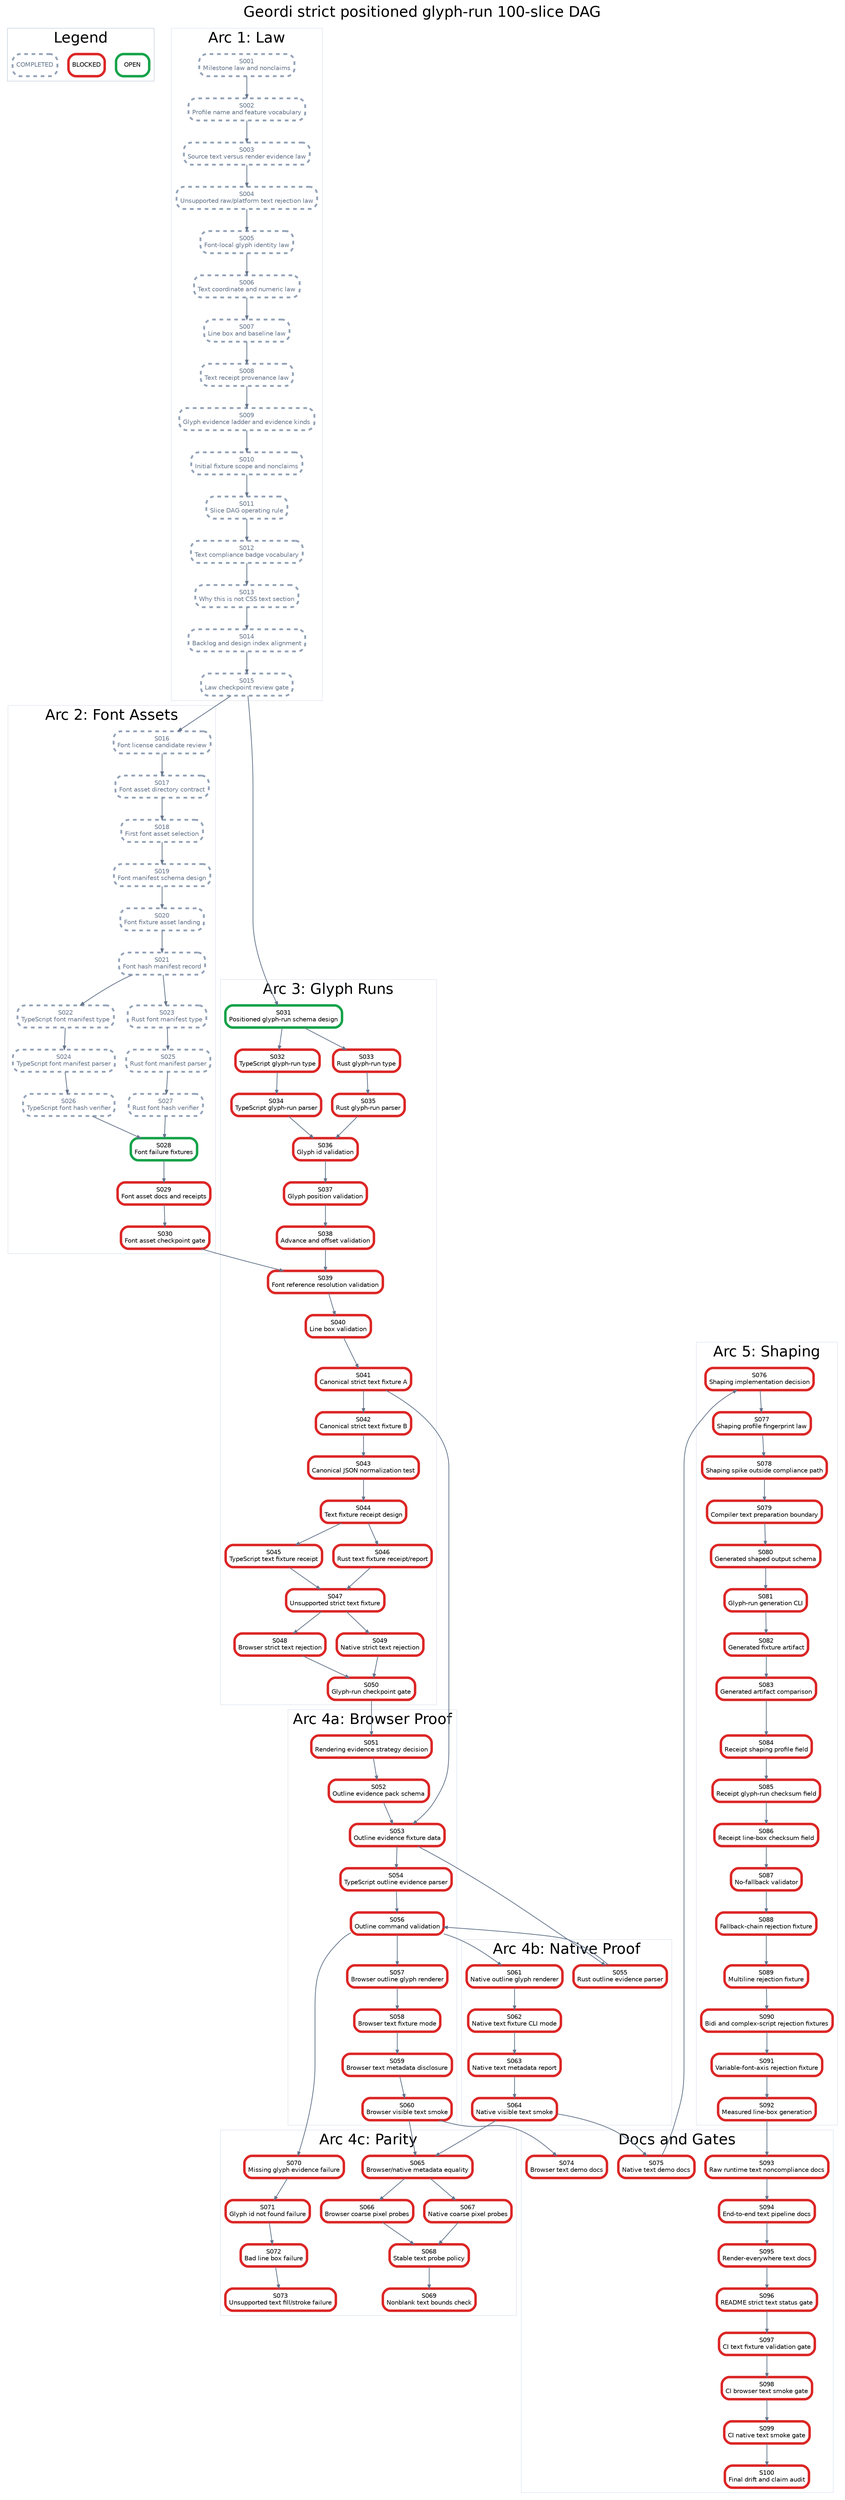
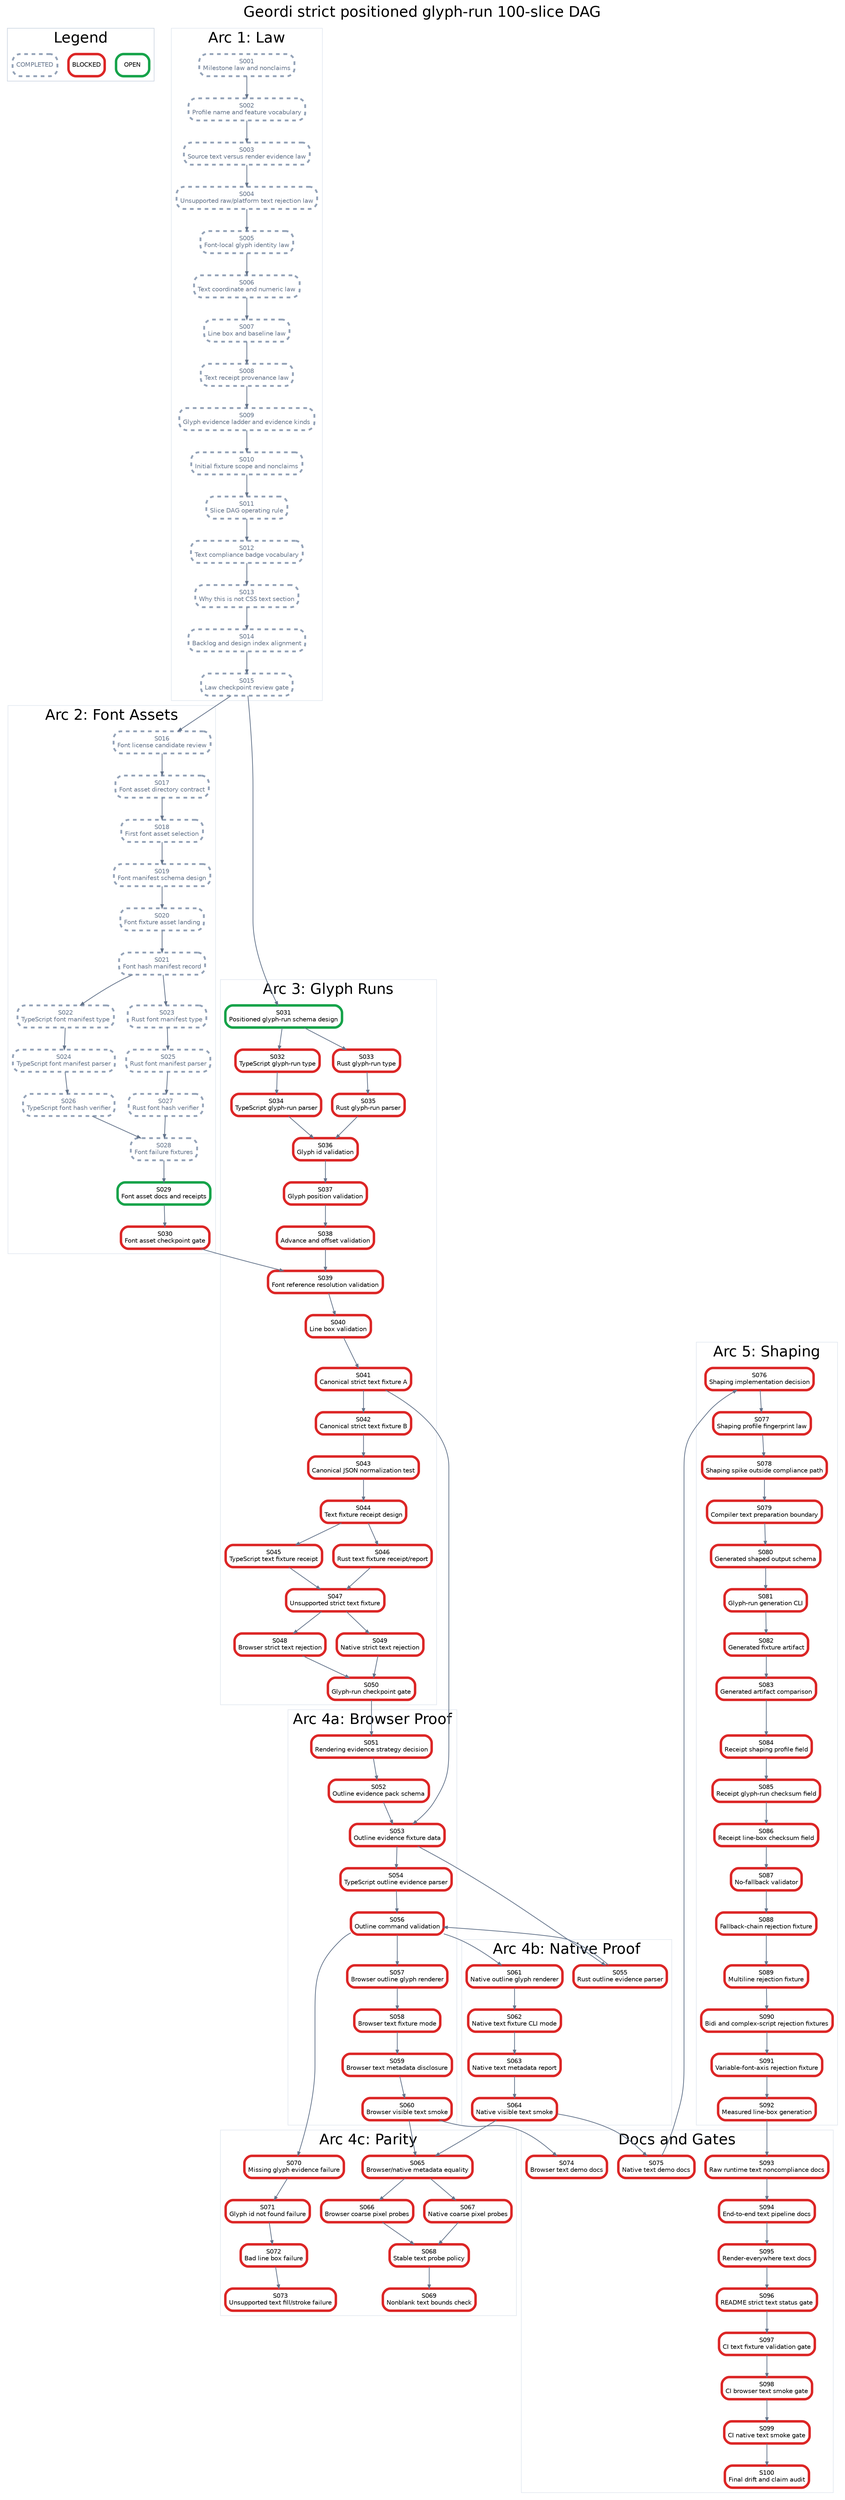
digraph StrictPositionedGlyphRunPlan {
  graph [rankdir=TB, bgcolor="white", fontname="Helvetica", label="Geordi strict positioned glyph-run 100-slice DAG", labelloc="t", fontsize=24];
  node [shape=box, style="rounded,filled", fillcolor="white", fontname="Helvetica", fontsize=10, margin="0.08,0.05"];
  edge [color="#64748b", arrowsize=0.6, penwidth=1.2];

  subgraph cluster_legend {
    label="Legend";
    color="#cbd5e1";
    legend_open [label="OPEN", color="#16a34a", penwidth=4];
    legend_blocked [label="BLOCKED", color="#dc2626", penwidth=4];
    legend_done [label="COMPLETED", color="#94a3b8", penwidth=3, style="rounded,filled,dashed", fontcolor="#64748b"];
  }

  subgraph cluster_law {
    label="Arc 1: Law";
    color="#e2e8f0";
    S001 [label="S001\nMilestone law and nonclaims", color="#94a3b8", penwidth=3, style="rounded,filled,dashed", fontcolor="#64748b"];
    S002 [label="S002\nProfile name and feature vocabulary", color="#94a3b8", penwidth=3, style="rounded,filled,dashed", fontcolor="#64748b"];
    S003 [label="S003\nSource text versus render evidence law", color="#94a3b8", penwidth=3, style="rounded,filled,dashed", fontcolor="#64748b"];
    S004 [label="S004\nUnsupported raw/platform text rejection law", color="#94a3b8", penwidth=3, style="rounded,filled,dashed", fontcolor="#64748b"];
    S005 [label="S005\nFont-local glyph identity law", color="#94a3b8", penwidth=3, style="rounded,filled,dashed", fontcolor="#64748b"];
    S006 [label="S006\nText coordinate and numeric law", color="#94a3b8", penwidth=3, style="rounded,filled,dashed", fontcolor="#64748b"];
    S007 [label="S007\nLine box and baseline law", color="#94a3b8", penwidth=3, style="rounded,filled,dashed", fontcolor="#64748b"];
    S008 [label="S008\nText receipt provenance law", color="#94a3b8", penwidth=3, style="rounded,filled,dashed", fontcolor="#64748b"];
    S009 [label="S009\nGlyph evidence ladder and evidence kinds", color="#94a3b8", penwidth=3, style="rounded,filled,dashed", fontcolor="#64748b"];
    S010 [label="S010\nInitial fixture scope and nonclaims", color="#94a3b8", penwidth=3, style="rounded,filled,dashed", fontcolor="#64748b"];
    S011 [label="S011\nSlice DAG operating rule", color="#94a3b8", penwidth=3, style="rounded,filled,dashed", fontcolor="#64748b"];
    S012 [label="S012\nText compliance badge vocabulary", color="#94a3b8", penwidth=3, style="rounded,filled,dashed", fontcolor="#64748b"];
    S013 [label="S013\nWhy this is not CSS text section", color="#94a3b8", penwidth=3, style="rounded,filled,dashed", fontcolor="#64748b"];
    S014 [label="S014\nBacklog and design index alignment", color="#94a3b8", penwidth=3, style="rounded,filled,dashed", fontcolor="#64748b"];
    S015 [label="S015\nLaw checkpoint review gate", color="#94a3b8", penwidth=3, style="rounded,filled,dashed", fontcolor="#64748b"];
  }

  subgraph cluster_assets {
    label="Arc 2: Font Assets";
    color="#e2e8f0";
    S016 [label="S016\nFont license candidate review", color="#94a3b8", penwidth=3, style="rounded,filled,dashed", fontcolor="#64748b"];
    S017 [label="S017\nFont asset directory contract", color="#94a3b8", penwidth=3, style="rounded,filled,dashed", fontcolor="#64748b"];
    S018 [label="S018\nFirst font asset selection", color="#94a3b8", penwidth=3, style="rounded,filled,dashed", fontcolor="#64748b"];
    S019 [label="S019\nFont manifest schema design", color="#94a3b8", penwidth=3, style="rounded,filled,dashed", fontcolor="#64748b"];
    S020 [label="S020\nFont fixture asset landing", color="#94a3b8", penwidth=3, style="rounded,filled,dashed", fontcolor="#64748b"];
    S021 [label="S021\nFont hash manifest record", color="#94a3b8", penwidth=3, style="rounded,filled,dashed", fontcolor="#64748b"];
    S022 [label="S022\nTypeScript font manifest type", color="#94a3b8", penwidth=3, style="rounded,filled,dashed", fontcolor="#64748b"];
    S023 [label="S023\nRust font manifest type", color="#94a3b8", penwidth=3, style="rounded,filled,dashed", fontcolor="#64748b"];
    S024 [label="S024\nTypeScript font manifest parser", color="#94a3b8", penwidth=3, style="rounded,filled,dashed", fontcolor="#64748b"];
    S025 [label="S025\nRust font manifest parser", color="#94a3b8", penwidth=3, style="rounded,filled,dashed", fontcolor="#64748b"];
    S026 [label="S026\nTypeScript font hash verifier", color="#94a3b8", penwidth=3, style="rounded,filled,dashed", fontcolor="#64748b"];
    S027 [label="S027\nRust font hash verifier", color="#94a3b8", penwidth=3, style="rounded,filled,dashed", fontcolor="#64748b"];
-     S028 [label="S028\nFont failure fixtures", color="#16a34a", penwidth=4];
-     S029 [label="S029\nFont asset docs and receipts", color="#dc2626", penwidth=4];
+     S028 [label="S028\nFont failure fixtures", color="#94a3b8", penwidth=3, style="rounded,filled,dashed", fontcolor="#64748b"];
+     S029 [label="S029\nFont asset docs and receipts", color="#16a34a", penwidth=4];
    S030 [label="S030\nFont asset checkpoint gate", color="#dc2626", penwidth=4];
  }

  subgraph cluster_glyph {
    label="Arc 3: Glyph Runs";
    color="#e2e8f0";
    S031 [label="S031\nPositioned glyph-run schema design", color="#16a34a", penwidth=4];
    S032 [label="S032\nTypeScript glyph-run type", color="#dc2626", penwidth=4];
    S033 [label="S033\nRust glyph-run type", color="#dc2626", penwidth=4];
    S034 [label="S034\nTypeScript glyph-run parser", color="#dc2626", penwidth=4];
    S035 [label="S035\nRust glyph-run parser", color="#dc2626", penwidth=4];
    S036 [label="S036\nGlyph id validation", color="#dc2626", penwidth=4];
    S037 [label="S037\nGlyph position validation", color="#dc2626", penwidth=4];
    S038 [label="S038\nAdvance and offset validation", color="#dc2626", penwidth=4];
    S039 [label="S039\nFont reference resolution validation", color="#dc2626", penwidth=4];
    S040 [label="S040\nLine box validation", color="#dc2626", penwidth=4];
    S041 [label="S041\nCanonical strict text fixture A", color="#dc2626", penwidth=4];
    S042 [label="S042\nCanonical strict text fixture B", color="#dc2626", penwidth=4];
    S043 [label="S043\nCanonical JSON normalization test", color="#dc2626", penwidth=4];
    S044 [label="S044\nText fixture receipt design", color="#dc2626", penwidth=4];
    S045 [label="S045\nTypeScript text fixture receipt", color="#dc2626", penwidth=4];
    S046 [label="S046\nRust text fixture receipt/report", color="#dc2626", penwidth=4];
    S047 [label="S047\nUnsupported strict text fixture", color="#dc2626", penwidth=4];
    S048 [label="S048\nBrowser strict text rejection", color="#dc2626", penwidth=4];
    S049 [label="S049\nNative strict text rejection", color="#dc2626", penwidth=4];
    S050 [label="S050\nGlyph-run checkpoint gate", color="#dc2626", penwidth=4];
  }

  subgraph cluster_browser {
    label="Arc 4a: Browser Proof";
    color="#e2e8f0";
    S051 [label="S051\nRendering evidence strategy decision", color="#dc2626", penwidth=4];
    S052 [label="S052\nOutline evidence pack schema", color="#dc2626", penwidth=4];
    S053 [label="S053\nOutline evidence fixture data", color="#dc2626", penwidth=4];
    S054 [label="S054\nTypeScript outline evidence parser", color="#dc2626", penwidth=4];
    S056 [label="S056\nOutline command validation", color="#dc2626", penwidth=4];
    S057 [label="S057\nBrowser outline glyph renderer", color="#dc2626", penwidth=4];
    S058 [label="S058\nBrowser text fixture mode", color="#dc2626", penwidth=4];
    S059 [label="S059\nBrowser text metadata disclosure", color="#dc2626", penwidth=4];
    S060 [label="S060\nBrowser visible text smoke", color="#dc2626", penwidth=4];
  }

  subgraph cluster_native {
    label="Arc 4b: Native Proof";
    color="#e2e8f0";
    S055 [label="S055\nRust outline evidence parser", color="#dc2626", penwidth=4];
    S061 [label="S061\nNative outline glyph renderer", color="#dc2626", penwidth=4];
    S062 [label="S062\nNative text fixture CLI mode", color="#dc2626", penwidth=4];
    S063 [label="S063\nNative text metadata report", color="#dc2626", penwidth=4];
    S064 [label="S064\nNative visible text smoke", color="#dc2626", penwidth=4];
  }

  subgraph cluster_parity {
    label="Arc 4c: Parity";
    color="#e2e8f0";
    S065 [label="S065\nBrowser/native metadata equality", color="#dc2626", penwidth=4];
    S066 [label="S066\nBrowser coarse pixel probes", color="#dc2626", penwidth=4];
    S067 [label="S067\nNative coarse pixel probes", color="#dc2626", penwidth=4];
    S068 [label="S068\nStable text probe policy", color="#dc2626", penwidth=4];
    S069 [label="S069\nNonblank text bounds check", color="#dc2626", penwidth=4];
    S070 [label="S070\nMissing glyph evidence failure", color="#dc2626", penwidth=4];
    S071 [label="S071\nGlyph id not found failure", color="#dc2626", penwidth=4];
    S072 [label="S072\nBad line box failure", color="#dc2626", penwidth=4];
    S073 [label="S073\nUnsupported text fill/stroke failure", color="#dc2626", penwidth=4];
  }

  subgraph cluster_shaping {
    label="Arc 5: Shaping";
    color="#e2e8f0";
    S076 [label="S076\nShaping implementation decision", color="#dc2626", penwidth=4];
    S077 [label="S077\nShaping profile fingerprint law", color="#dc2626", penwidth=4];
    S078 [label="S078\nShaping spike outside compliance path", color="#dc2626", penwidth=4];
    S079 [label="S079\nCompiler text preparation boundary", color="#dc2626", penwidth=4];
    S080 [label="S080\nGenerated shaped output schema", color="#dc2626", penwidth=4];
    S081 [label="S081\nGlyph-run generation CLI", color="#dc2626", penwidth=4];
    S082 [label="S082\nGenerated fixture artifact", color="#dc2626", penwidth=4];
    S083 [label="S083\nGenerated artifact comparison", color="#dc2626", penwidth=4];
    S084 [label="S084\nReceipt shaping profile field", color="#dc2626", penwidth=4];
    S085 [label="S085\nReceipt glyph-run checksum field", color="#dc2626", penwidth=4];
    S086 [label="S086\nReceipt line-box checksum field", color="#dc2626", penwidth=4];
    S087 [label="S087\nNo-fallback validator", color="#dc2626", penwidth=4];
    S088 [label="S088\nFallback-chain rejection fixture", color="#dc2626", penwidth=4];
    S089 [label="S089\nMultiline rejection fixture", color="#dc2626", penwidth=4];
    S090 [label="S090\nBidi and complex-script rejection fixtures", color="#dc2626", penwidth=4];
    S091 [label="S091\nVariable-font-axis rejection fixture", color="#dc2626", penwidth=4];
    S092 [label="S092\nMeasured line-box generation", color="#dc2626", penwidth=4];
  }

  subgraph cluster_docs {
    label="Docs and Gates";
    color="#e2e8f0";
    S074 [label="S074\nBrowser text demo docs", color="#dc2626", penwidth=4];
    S075 [label="S075\nNative text demo docs", color="#dc2626", penwidth=4];
    S093 [label="S093\nRaw runtime text noncompliance docs", color="#dc2626", penwidth=4];
    S094 [label="S094\nEnd-to-end text pipeline docs", color="#dc2626", penwidth=4];
    S095 [label="S095\nRender-everywhere text docs", color="#dc2626", penwidth=4];
    S096 [label="S096\nREADME strict text status gate", color="#dc2626", penwidth=4];
    S097 [label="S097\nCI text fixture validation gate", color="#dc2626", penwidth=4];
    S098 [label="S098\nCI browser text smoke gate", color="#dc2626", penwidth=4];
    S099 [label="S099\nCI native text smoke gate", color="#dc2626", penwidth=4];
    S100 [label="S100\nFinal drift and claim audit", color="#dc2626", penwidth=4];
  }

  S001 -> S002;
  S002 -> S003;
  S003 -> S004;
  S004 -> S005;
  S005 -> S006;
  S006 -> S007;
  S007 -> S008;
  S008 -> S009;
  S009 -> S010;
  S010 -> S011;
  S011 -> S012;
  S012 -> S013;
  S013 -> S014;
  S014 -> S015;
  S015 -> S016;
  S016 -> S017;
  S017 -> S018;
  S018 -> S019;
  S019 -> S020;
  S020 -> S021;
  S021 -> S022;
  S021 -> S023;
  S022 -> S024;
  S023 -> S025;
  S024 -> S026;
  S025 -> S027;
  S026 -> S028;
  S027 -> S028;
  S028 -> S029;
  S029 -> S030;
  S015 -> S031;
  S031 -> S032;
  S031 -> S033;
  S032 -> S034;
  S033 -> S035;
  S034 -> S036;
  S035 -> S036;
  S036 -> S037;
  S037 -> S038;
  S038 -> S039;
  S039 -> S040;
  S030 -> S039;
  S040 -> S041;
  S041 -> S042;
  S042 -> S043;
  S043 -> S044;
  S044 -> S045;
  S044 -> S046;
  S045 -> S047;
  S046 -> S047;
  S047 -> S048;
  S047 -> S049;
  S048 -> S050;
  S049 -> S050;
  S050 -> S051;
  S051 -> S052;
  S052 -> S053;
  S041 -> S053;
  S053 -> S054;
  S053 -> S055;
  S054 -> S056;
  S055 -> S056;
  S056 -> S057;
  S057 -> S058;
  S058 -> S059;
  S059 -> S060;
  S056 -> S061;
  S061 -> S062;
  S062 -> S063;
  S063 -> S064;
  S060 -> S065;
  S064 -> S065;
  S065 -> S066;
  S065 -> S067;
  S066 -> S068;
  S067 -> S068;
  S068 -> S069;
  S056 -> S070;
  S070 -> S071;
  S071 -> S072;
  S072 -> S073;
  S060 -> S074;
  S064 -> S075;
  S075 -> S076;
  S076 -> S077;
  S077 -> S078;
  S078 -> S079;
  S079 -> S080;
  S080 -> S081;
  S081 -> S082;
  S082 -> S083;
  S083 -> S084;
  S084 -> S085;
  S085 -> S086;
  S086 -> S087;
  S087 -> S088;
  S088 -> S089;
  S089 -> S090;
  S090 -> S091;
  S091 -> S092;
  S092 -> S093;
  S093 -> S094;
  S094 -> S095;
  S095 -> S096;
  S096 -> S097;
  S097 -> S098;
  S098 -> S099;
  S099 -> S100;
}
